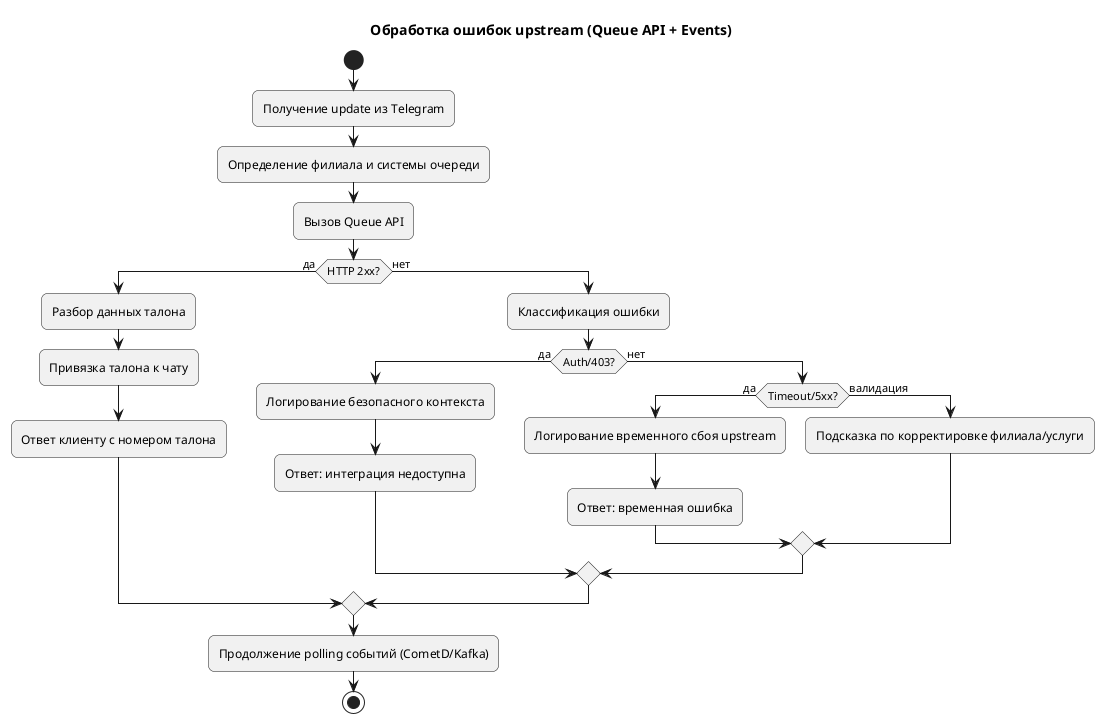
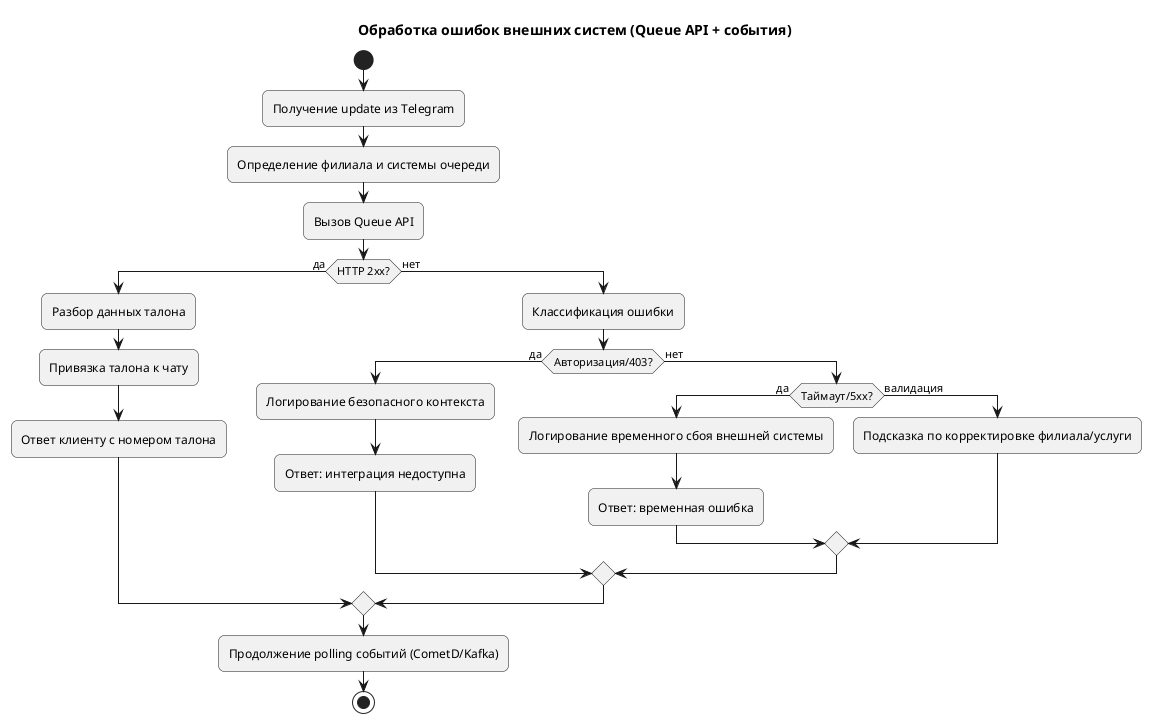
@startuml
skinparam backgroundColor #FFFFFF
skinparam shadowing false
skinparam roundcorner 12
- title Обработка ошибок upstream (Queue API + Events)
+ title Обработка ошибок внешних систем (Queue API + события)
start
:Получение update из Telegram;
:Определение филиала и системы очереди;
:Вызов Queue API;
if (HTTP 2xx?) then (да)
  :Разбор данных талона;
  :Привязка талона к чату;
  :Ответ клиенту с номером талона;
else (нет)
  :Классификация ошибки;
-   if (Auth/403?) then (да)
+   if (Авторизация/403?) then (да)
    :Логирование безопасного контекста;
    :Ответ: интеграция недоступна;
  else (нет)
-     if (Timeout/5xx?) then (да)
-       :Логирование временного сбоя upstream;
+     if (Таймаут/5xx?) then (да)
+       :Логирование временного сбоя внешней системы;
      :Ответ: временная ошибка;
    else (валидация)
      :Подсказка по корректировке филиала/услуги;
    endif
  endif
endif
:Продолжение polling событий (CometD/Kafka);
stop
@enduml
